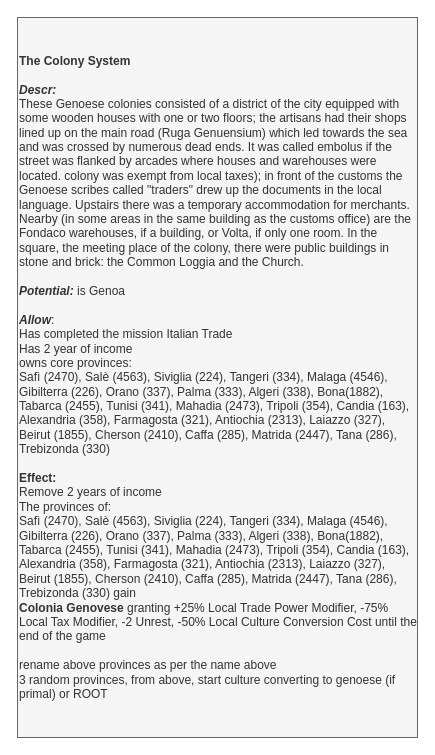
Before: page "Decisions" (3 of 3) of It's Pesto Time/It's Pesto Time 0.4.drawio in Melvasul/Missions-Expanded, a draw.io diagram. Source tidied: cells renumbered, new cells numbered last; positions are measured from the earlier drawing's top-left corner, leaving out a move shared by most shapes. Both pictures are drawn from the tidied source at 100%, with x=0, y=0 at pixel (17, 17).
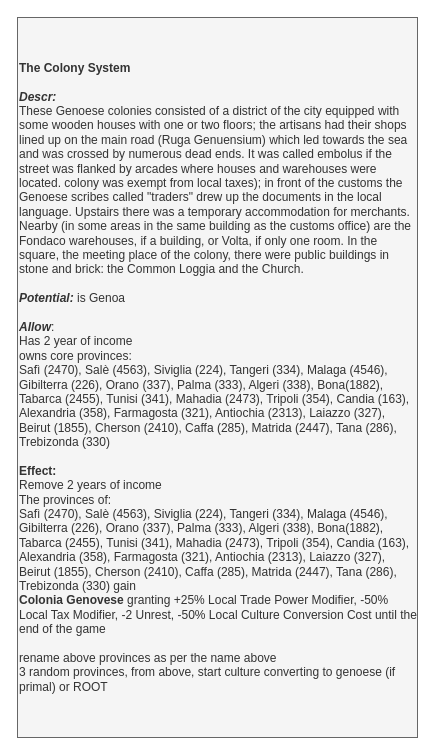
The same page after the edit.

Diff of the diagram source:
```diff
@@
 <mxGraphModel>
   <root>
     <mxCell id="0" />
     <mxCell id="1" parent="0" />
-    <mxCell id="2" value="&lt;div style=&quot;font-size: 12px&quot;&gt;&lt;b&gt;The Colony System&lt;/b&gt;&lt;/div&gt;&lt;div style=&quot;font-size: 12px&quot;&gt;&lt;b&gt;&lt;br&gt;&lt;/b&gt;&lt;/div&gt;&lt;div style=&quot;font-size: 12px&quot;&gt;&lt;b&gt;&lt;i&gt;Descr:&lt;/i&gt;&lt;/b&gt;&lt;br&gt;&lt;/div&gt;&lt;div&gt;These Genoese colonies consisted of a district of the city equipped with some wooden houses with one or two floors; the artisans had their shops lined up on the main road (Ruga Genuensium) which led towards the sea and was crossed by numerous dead ends. It was called embolus if the street was flanked by arcades where houses and warehouses were located. colony was exempt from local taxes); in front of the customs the Genoese scribes called &quot;traders&quot; drew up the documents in the local language. Upstairs there was a temporary accommodation for merchants. Nearby (in some areas in the same building as the customs office) are the Fondaco warehouses, if a building, or Volta, if only one room. In the square, the meeting place of the colony, there were public buildings in stone and brick: the Common Loggia and the Church.&lt;br&gt;&lt;/div&gt;&lt;div&gt;&lt;br&gt;&lt;/div&gt;&lt;div style=&quot;font-size: 12px&quot;&gt;&lt;/div&gt;&lt;font&gt;&lt;i style=&quot;font-weight: bold&quot;&gt;Potential:&lt;/i&gt;&amp;nbsp;is Genoa&lt;br&gt;&lt;br&gt;&lt;span style=&quot;font-size: 12px&quot;&gt;&lt;b style=&quot;font-style: italic&quot;&gt;Allow&lt;/b&gt;:&lt;br&gt;Has completed the mission Italian Trade&lt;/span&gt;&lt;br&gt;&lt;div&gt;Has 2 year of income&lt;br&gt;&lt;/div&gt;&lt;div&gt;owns core provinces:&lt;br&gt;Safì (2470), Salè (4563), Siviglia (224), Tangeri (334), Malaga (4546), Gibilterra (226), Orano (337), Palma (333), Algeri (338), Bona(1882), Tabarca (2455), Tunisi (341), Mahadia (2473), Tripoli (354), Candia (163), Alexandria (358), Farmagosta (321), Antiochia (2313), Laiazzo (327), Beirut (1855), Cherson (2410), Caffa (285), Matrida (2447), Tana (286), Trebizonda (330)&lt;br&gt;&lt;/div&gt;&lt;div&gt;&lt;br&gt;&lt;/div&gt;&lt;div&gt;&lt;b&gt;Effect:&lt;/b&gt;&lt;/div&gt;&lt;div&gt;Remove 2 years of income&lt;/div&gt;&lt;div&gt;The provinces of:&lt;/div&gt;&lt;div&gt;Safì (2470), Salè (4563), Siviglia (224), Tangeri (334), Malaga (4546), Gibilterra (226), Orano (337), Palma (333), Algeri (338), Bona(1882), Tabarca (2455), Tunisi (341), Mahadia (2473), Tripoli (354), Candia (163), Alexandria (358), Farmagosta (321), Antiochia (2313), Laiazzo (327), Beirut (1855), Cherson (2410), Caffa (285), Matrida (2447), Tana (286), Trebizonda (330) gain&amp;nbsp;&lt;/div&gt;&lt;div&gt;&lt;b&gt;Colonia Genovese&lt;/b&gt;&amp;nbsp;granting +25% Local Trade Power Modifier, -75% Local Tax Modifier, -2 Unrest, -50% Local Culture Conversion Cost until the end of the game&lt;/div&gt;&lt;div&gt;&lt;br&gt;&lt;/div&gt;&lt;div&gt;rename above provinces as per the name above&lt;/div&gt;&lt;div&gt;3 random provinces, from above, start culture converting to genoese (if primal) or ROOT&lt;/div&gt;&lt;/font&gt;" style="rounded=0;whiteSpace=wrap;html=1;align=left;fontSize=12;fillColor=#f5f5f5;strokeColor=#666666;fontColor=#333333;" parent="1" vertex="1">
+    <mxCell id="2" value="&lt;div style=&quot;font-size: 12px&quot;&gt;&lt;b&gt;The Colony System&lt;/b&gt;&lt;/div&gt;&lt;div style=&quot;font-size: 12px&quot;&gt;&lt;b&gt;&lt;br&gt;&lt;/b&gt;&lt;/div&gt;&lt;div style=&quot;font-size: 12px&quot;&gt;&lt;b&gt;&lt;i&gt;Descr:&lt;/i&gt;&lt;/b&gt;&lt;br&gt;&lt;/div&gt;&lt;div&gt;These Genoese colonies consisted of a district of the city equipped with some wooden houses with one or two floors; the artisans had their shops lined up on the main road (Ruga Genuensium) which led towards the sea and was crossed by numerous dead ends. It was called embolus if the street was flanked by arcades where houses and warehouses were located. colony was exempt from local taxes); in front of the customs the Genoese scribes called &quot;traders&quot; drew up the documents in the local language. Upstairs there was a temporary accommodation for merchants. Nearby (in some areas in the same building as the customs office) are the Fondaco warehouses, if a building, or Volta, if only one room. In the square, the meeting place of the colony, there were public buildings in stone and brick: the Common Loggia and the Church.&lt;br&gt;&lt;/div&gt;&lt;div&gt;&lt;br&gt;&lt;/div&gt;&lt;div style=&quot;font-size: 12px&quot;&gt;&lt;/div&gt;&lt;font&gt;&lt;i style=&quot;font-weight: bold&quot;&gt;Potential:&lt;/i&gt;&amp;nbsp;is Genoa&lt;br&gt;&lt;br&gt;&lt;span style=&quot;font-size: 12px&quot;&gt;&lt;b style=&quot;font-style: italic&quot;&gt;Allow&lt;/b&gt;:&lt;/span&gt;&lt;br&gt;&lt;div&gt;Has 2 year of income&lt;br&gt;&lt;/div&gt;&lt;div&gt;owns core provinces:&lt;br&gt;Safì (2470), Salè (4563), Siviglia (224), Tangeri (334), Malaga (4546), Gibilterra (226), Orano (337), Palma (333), Algeri (338), Bona(1882), Tabarca (2455), Tunisi (341), Mahadia (2473), Tripoli (354), Candia (163), Alexandria (358), Farmagosta (321), Antiochia (2313), Laiazzo (327), Beirut (1855), Cherson (2410), Caffa (285), Matrida (2447), Tana (286), Trebizonda (330)&lt;br&gt;&lt;/div&gt;&lt;div&gt;&lt;br&gt;&lt;/div&gt;&lt;div&gt;&lt;b&gt;Effect:&lt;/b&gt;&lt;/div&gt;&lt;div&gt;Remove 2 years of income&lt;/div&gt;&lt;div&gt;The provinces of:&lt;/div&gt;&lt;div&gt;Safì (2470), Salè (4563), Siviglia (224), Tangeri (334), Malaga (4546), Gibilterra (226), Orano (337), Palma (333), Algeri (338), Bona(1882), Tabarca (2455), Tunisi (341), Mahadia (2473), Tripoli (354), Candia (163), Alexandria (358), Farmagosta (321), Antiochia (2313), Laiazzo (327), Beirut (1855), Cherson (2410), Caffa (285), Matrida (2447), Tana (286), Trebizonda (330) gain&amp;nbsp;&lt;/div&gt;&lt;div&gt;&lt;b&gt;Colonia Genovese&lt;/b&gt;&amp;nbsp;granting +25% Local Trade Power Modifier, -50% Local Tax Modifier, -2 Unrest, -50% Local Culture Conversion Cost until the end of the game&lt;/div&gt;&lt;div&gt;&lt;br&gt;&lt;/div&gt;&lt;div&gt;rename above provinces as per the name above&lt;/div&gt;&lt;div&gt;3 random provinces, from above, start culture converting to genoese (if primal) or ROOT&lt;/div&gt;&lt;/font&gt;" style="rounded=0;whiteSpace=wrap;html=1;align=left;fontSize=12;fillColor=#f5f5f5;strokeColor=#666666;fontColor=#333333;" parent="1" vertex="1">
       <mxGeometry width="400" height="720" as="geometry" />
     </mxCell>
   </root>
 </mxGraphModel>
```
